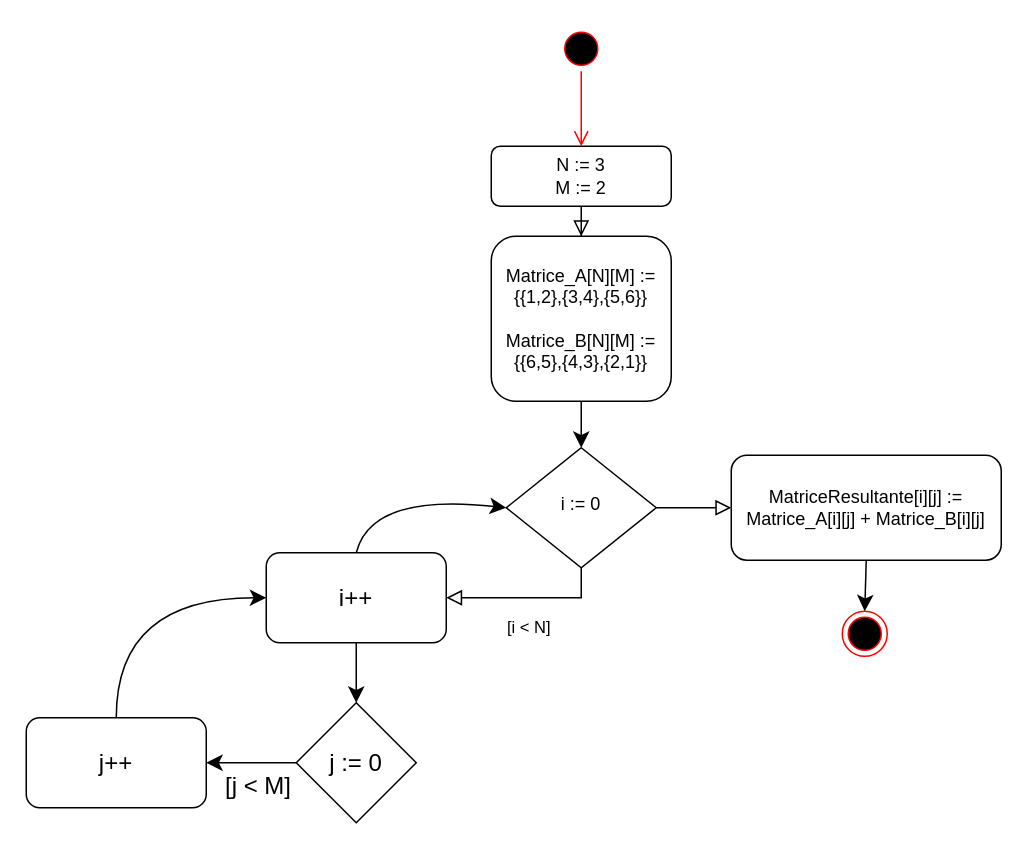
Before: Diagramme sans nom.drawio in yoanp52/test, a draw.io diagram. Source tidied: cells renumbered, new cells numbered last; positions are measured from the earlier drawing's top-left corner, leaving out a move shared by most shapes. Both pictures are drawn from the tidied source at 150%, with x=0, y=0 at pixel (26, 26).
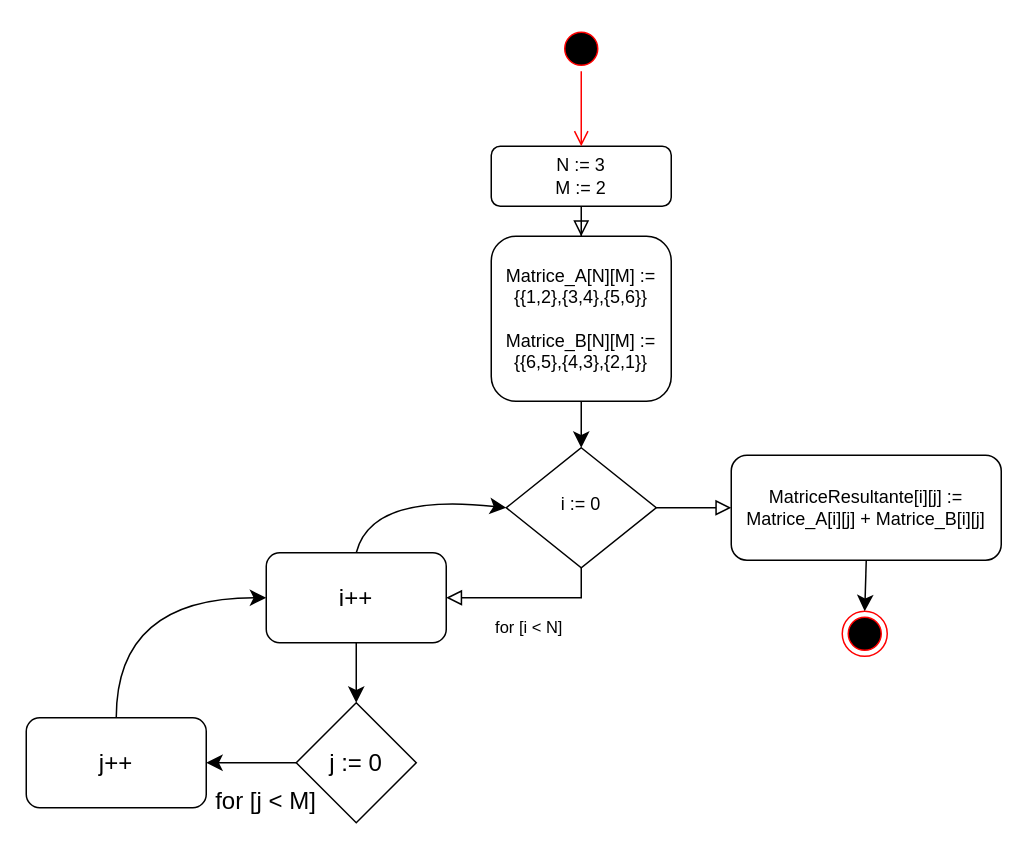
After the change.

Commit message:
mini_correction

Unchanged cells that the change refers to:
```xml
<mxCell id="6" value="i := 0" style="rhombus;whiteSpace=wrap;html=1;shadow=0;fontFamily=Helvetica;fontSize=12;align=center;strokeWidth=1;spacing=6;spacingTop=-4;" parent="1" vertex="1">
  <mxGeometry x="320" y="281" width="100" height="80" as="geometry" />
</mxCell>
<mxCell id="12" value="i++" style="rounded=1;whiteSpace=wrap;html=1;fontSize=16;" parent="1" vertex="1">
  <mxGeometry x="160" y="351" width="120" height="60" as="geometry" />
</mxCell>
```

Change to the diagram source:
```diff
@@
-    <mxCell id="4" value="[i &amp;lt; N]" style="rounded=0;html=1;jettySize=auto;fontSize=11;endArrow=block;endFill=0;endSize=8;strokeWidth=1;shadow=0;labelBackgroundColor=none;edgeStyle=orthogonalEdgeStyle;entryX=1;entryY=0.5;entryDx=0;entryDy=0;exitX=0.5;exitY=1;exitDx=0;exitDy=0;" parent="1" edge="1" source="6" target="12">
+    <mxCell id="4" value="for [i &amp;lt; N]" style="rounded=0;html=1;jettySize=auto;fontSize=11;endArrow=block;endFill=0;endSize=8;strokeWidth=1;shadow=0;labelBackgroundColor=none;edgeStyle=orthogonalEdgeStyle;entryX=1;entryY=0.5;entryDx=0;entryDy=0;exitX=0.5;exitY=1;exitDx=0;exitDy=0;" parent="1" edge="1" source="6" target="12">
       <mxGeometry y="20" relative="1" as="geometry" />
     </mxCell>
@@
-    <mxCell id="19" value="[j &amp;lt; M]" style="text;html=1;strokeColor=none;fillColor=none;align=center;verticalAlign=middle;whiteSpace=wrap;rounded=0;fontSize=16;" parent="1" vertex="1">
-      <mxGeometry x="130" y="501" width="50" height="10" as="geometry" />
+    <mxCell id="19" value="for [j &amp;lt; M]" style="text;html=1;strokeColor=none;fillColor=none;align=center;verticalAlign=middle;whiteSpace=wrap;rounded=0;fontSize=16;" parent="1" vertex="1">
+      <mxGeometry x="120" y="511" width="80" height="10" as="geometry" />
     </mxCell>
```
